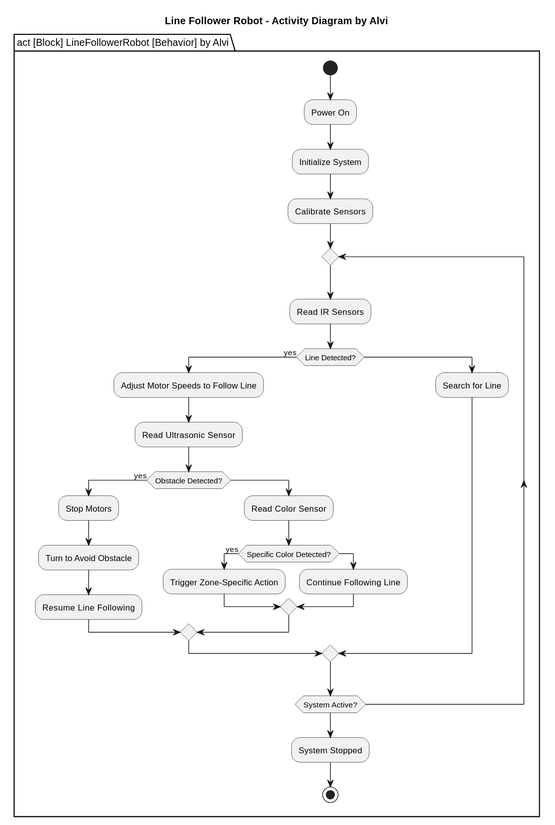
alvi231078/D2---Line-Follower-Robot keeps this PlantUML diagram as Final SysML Diagram/activity_diagram.svg. Above is the earlier version. Its diagram source:
```plantuml
@startuml
title Line Follower Robot - Activity Diagram by Alvi

package "act [Block] LineFollowerRobot [Behavior] by Alvi" {

start

:Power On;
:Initialize System;
:Calibrate Sensors;

repeat
  :Read IR Sensors;

  if (Line Detected?) then (yes)
    :Adjust Motor Speeds to Follow Line;
    :Read Ultrasonic Sensor;

    if (Obstacle Detected?) then (yes)
      :Stop Motors;
      :Turn to Avoid Obstacle;
      :Resume Line Following;
    else
      :Read Color Sensor;

      if (Specific Color Detected?) then (yes)
        :Trigger Zone-Specific Action;
      else
        :Continue Following Line;
      endif

    endif

  else
    :Search for Line;
  endif

repeat while (System Active?)

:System Stopped;

stop

}
@enduml
```
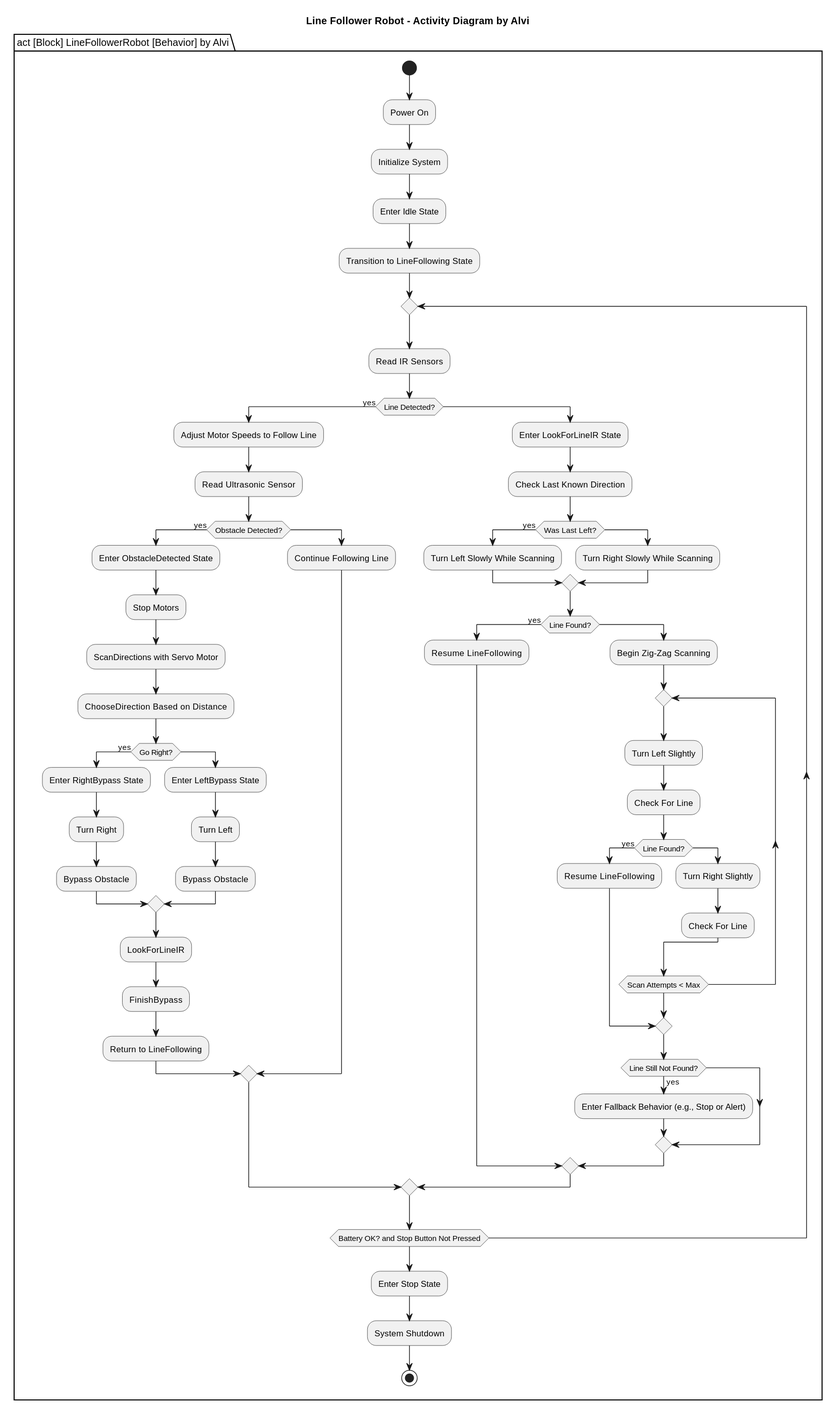
Later version of the same file.

Commit message:
made best possible activity diagram for line follower robot

What changed in the source:
```diff
@@ -7,39 +7,79 @@
 
 :Power On;
 :Initialize System;
-:Calibrate Sensors;
+:Enter Idle State;
+:Transition to LineFollowing State;
 
 repeat
   :Read IR Sensors;
 
   if (Line Detected?) then (yes)
     :Adjust Motor Speeds to Follow Line;
+
     :Read Ultrasonic Sensor;
+    if (Obstacle Detected?) then (yes)
+      :Enter ObstacleDetected State;
+      :Stop Motors;
+      :ScanDirections with Servo Motor;
+      :ChooseDirection Based on Distance;
 
-    if (Obstacle Detected?) then (yes)
-      :Stop Motors;
-      :Turn to Avoid Obstacle;
-      :Resume Line Following;
-    else
-      :Read Color Sensor;
-
-      if (Specific Color Detected?) then (yes)
-        :Trigger Zone-Specific Action;
+      if (Go Right?) then (yes)
+        :Enter RightBypass State;
+        :Turn Right;
+        :Bypass Obstacle;
       else
-        :Continue Following Line;
+        :Enter LeftBypass State;
+        :Turn Left;
+        :Bypass Obstacle;
       endif
 
+      :LookForLineIR;
+      :FinishBypass;
+      :Return to LineFollowing;
+
+    else
+      :Continue Following Line;
     endif
 
   else
-    :Search for Line;
+    :Enter LookForLineIR State;
+
+    :Check Last Known Direction;
+    if (Was Last Left?) then (yes)
+      :Turn Left Slowly While Scanning;
+    else
+      :Turn Right Slowly While Scanning;
+    endif
+
+    if (Line Found?) then (yes)
+      :Resume LineFollowing;
+    else
+      :Begin Zig-Zag Scanning;
+
+      repeat
+        :Turn Left Slightly;
+        :Check For Line;
+        if (Line Found?) then (yes)
+          :Resume LineFollowing;
+          break
+        else
+          :Turn Right Slightly;
+          :Check For Line;
+        endif
+      repeat while (Scan Attempts < Max)
+
+      if (Line Still Not Found?) then (yes)
+        :Enter Fallback Behavior (e.g., Stop or Alert);
+      endif
+    endif
+
   endif
 
-repeat while (System Active?)
+repeat while (Battery OK? and Stop Button Not Pressed)
 
-:System Stopped;
+:Enter Stop State;
+:System Shutdown;
 
 stop
-
 }
 @enduml
```
